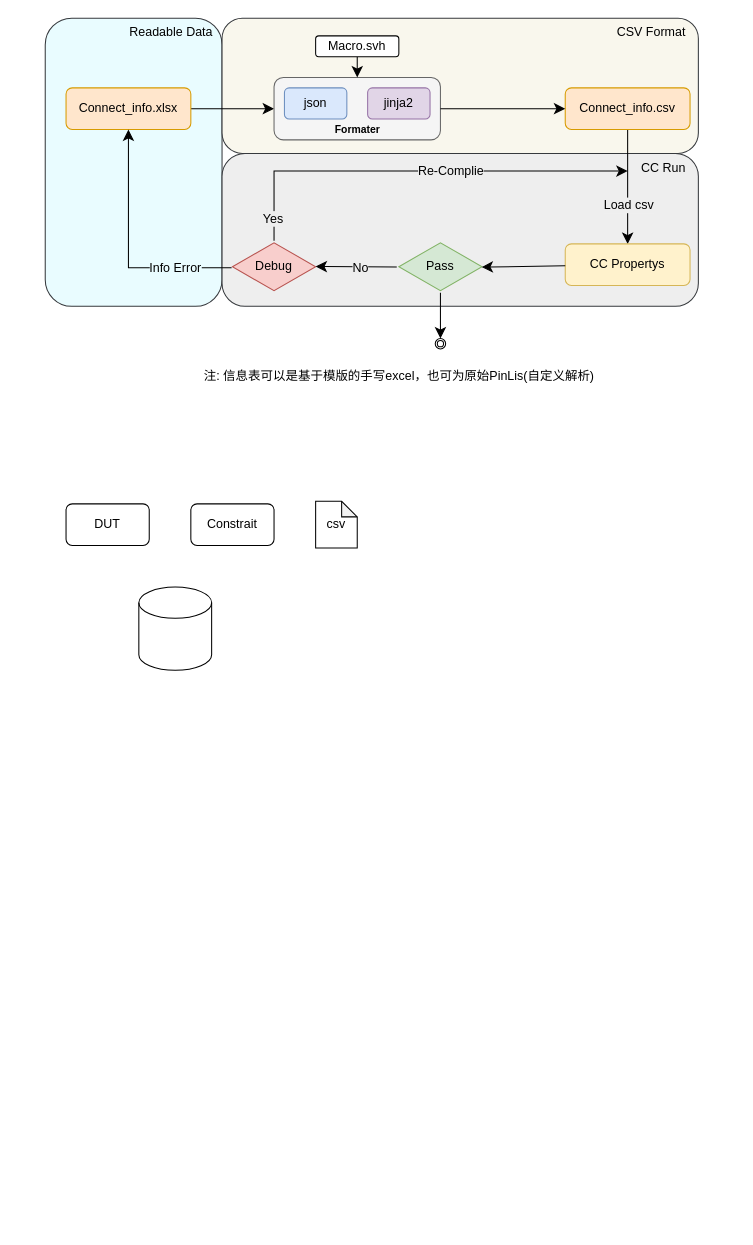
This is page "第 5 页" (5 of 5) of drawio/test.drawio from iceyxy/flow-chart-drawio, a draw.io file, before an edit. Source tidied: cells renumbered, new cells numbered last; positions are measured from the earlier drawing's top-left corner, leaving out a move shared by most shapes. Both pictures are drawn from the tidied source at 104%, with x=0, y=0 at pixel (45, 18).
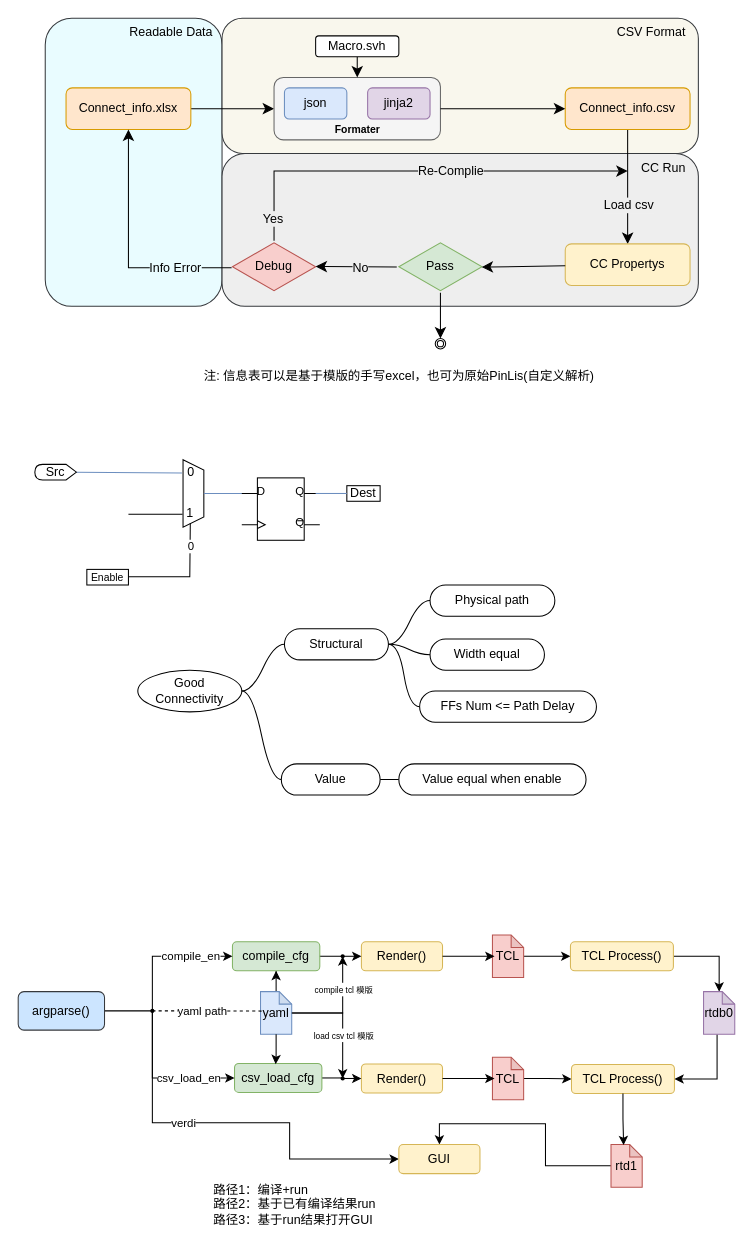
After the change.

What changed in the source:
```diff
@@
-    <mxCell id="34" value="DUT" style="rounded=1;whiteSpace=wrap;html=1;" parent="1" vertex="1">
-      <mxGeometry x="20" y="467" width="80" height="40" as="geometry" />
-    </mxCell>
-    <mxCell id="35" style="shape=cylinder3;whiteSpace=wrap;html=1;boundedLbl=1;backgroundOutline=1;size=15;" parent="1" vertex="1">
-      <mxGeometry x="90" y="547" width="70" height="80" as="geometry" />
-    </mxCell>
-    <mxCell id="36" value="csv" style="shape=note;whiteSpace=wrap;html=1;backgroundOutline=1;darkOpacity=0.05;size=15;" parent="1" vertex="1">
-      <mxGeometry x="260" y="464.5" width="40" height="45" as="geometry" />
-    </mxCell>
-    <mxCell id="37" value="Constrait" style="rounded=1;whiteSpace=wrap;html=1;" parent="1" vertex="1">
-      <mxGeometry x="140" y="467" width="80" height="40" as="geometry" />
-    </mxCell>
+    <mxCell id="38" style="shape=trapezoid;perimeter=trapezoidPerimeter;whiteSpace=wrap;html=1;fixedSize=1;rotation=90;size=10;" parent="1" vertex="1">
+      <mxGeometry x="110" y="447" width="65" height="20" as="geometry" />
+    </mxCell>
+    <mxCell id="39" style="endArrow=none;html=1;rounded=0;exitX=0.5;exitY=0;exitDx=0;exitDy=0;fillColor=#dae8fc;strokeColor=#6c8ebf;" parent="1" edge="1" source="38">
+      <mxGeometry relative="1" as="geometry">
+        <mxPoint x="190" y="457" as="targetPoint" />
+      </mxGeometry>
+    </mxCell>
+    <mxCell id="40" style="endArrow=none;html=1;rounded=0;entryX=0.196;entryY=1.052;entryDx=0;entryDy=0;entryPerimeter=0;exitX=0;exitY=0.5;exitDx=0;exitDy=0;exitPerimeter=0;fillColor=#dae8fc;strokeColor=#6c8ebf;" parent="1" edge="1" target="38">
+      <mxGeometry relative="1" as="geometry">
+        <mxPoint x="29" y="436.5" as="sourcePoint" />
+      </mxGeometry>
+    </mxCell>
+    <mxCell id="41" style="endArrow=none;html=1;rounded=0;entryX=0.196;entryY=1.052;entryDx=0;entryDy=0;entryPerimeter=0;" parent="1" edge="1">
+      <mxGeometry relative="1" as="geometry">
+        <mxPoint x="80" y="477" as="sourcePoint" />
+        <mxPoint x="132" y="477" as="targetPoint" />
+      </mxGeometry>
+    </mxCell>
+    <mxCell id="42" style="verticalLabelPosition=bottom;shadow=0;dashed=0;align=center;html=1;verticalAlign=top;shape=mxgraph.electrical.logic_gates.d_type_flip-flop;" parent="1" vertex="1">
+      <mxGeometry x="189" y="442" width="75" height="60" as="geometry" />
+    </mxCell>
+    <mxCell id="43" style="endArrow=none;html=1;rounded=0;entryX=0.939;entryY=0.651;entryDx=0;entryDy=0;entryPerimeter=0;" parent="1" edge="1" target="38">
+      <mxGeometry relative="1" as="geometry">
+        <mxPoint x="80" y="537" as="sourcePoint" />
+        <Array as="points">
+          <mxPoint x="139" y="537" />
+        </Array>
+      </mxGeometry>
+    </mxCell>
+    <mxCell id="44" value="0" style="edgeLabel;html=1;align=center;verticalAlign=middle;" parent="43" vertex="1">
+      <mxGeometry x="0.61" relative="1" as="geometry" />
+    </mxCell>
+    <mxCell id="45" value="Src" style="shape=display;whiteSpace=wrap;html=1;flipV=1;flipH=1;" parent="1" vertex="1">
+      <mxGeometry x="-10" y="429" width="40" height="15" as="geometry" />
+    </mxCell>
+    <mxCell id="46" value="&lt;font style=&quot;font-size: 10px;&quot;&gt;Enable&lt;/font&gt;" style="rounded=0;whiteSpace=wrap;html=1;" parent="1" vertex="1">
+      <mxGeometry x="40" y="530" width="40" height="15" as="geometry" />
+    </mxCell>
+    <mxCell id="47" value="Dest" style="rounded=0;whiteSpace=wrap;html=1;" parent="1" vertex="1">
+      <mxGeometry x="290" y="449.5" width="32" height="15" as="geometry" />
+    </mxCell>
+    <mxCell id="48" style="edgeStyle=orthogonalEdgeStyle;rounded=0;jettySize=auto;html=1;endArrow=none;endFill=0;fillColor=#dae8fc;strokeColor=#6c8ebf;" parent="1" edge="1" source="47">
+      <mxGeometry relative="1" as="geometry">
+        <mxPoint x="260" y="457" as="targetPoint" />
+      </mxGeometry>
+    </mxCell>
+    <mxCell id="49" value="0" style="text;html=1;align=center;verticalAlign=middle;strokeColor=none;fillColor=none;" parent="1" vertex="1">
+      <mxGeometry x="125" y="421.5" width="30" height="30" as="geometry" />
+    </mxCell>
+    <mxCell id="50" value="1" style="text;html=1;align=center;verticalAlign=middle;strokeColor=none;fillColor=none;" parent="1" vertex="1">
+      <mxGeometry x="124" y="460.5" width="30" height="30" as="geometry" />
+    </mxCell>
+    <mxCell id="51" style="edgeStyle=entityRelationEdgeStyle;rounded=0;jettySize=auto;html=1;startArrow=none;endArrow=none;segment=10;curved=1;sourcePerimeterSpacing=0;targetPerimeterSpacing=0;entryX=0;entryY=0.5;entryDx=0;entryDy=0;" parent="1" edge="1" source="52" target="59">
+      <mxGeometry relative="1" as="geometry" />
+    </mxCell>
+    <mxCell id="52" value="Good Connectivity" style="ellipse;whiteSpace=wrap;html=1;align=center;newEdgeStyle={&quot;edgeStyle&quot;:&quot;entityRelationEdgeStyle&quot;,&quot;startArrow&quot;:&quot;none&quot;,&quot;endArrow&quot;:&quot;none&quot;,&quot;segment&quot;:10,&quot;curved&quot;:1,&quot;sourcePerimeterSpacing&quot;:0,&quot;targetPerimeterSpacing&quot;:0};fillColor=default;" parent="1" vertex="1">
+      <mxGeometry x="89" y="627" width="100" height="40" as="geometry" />
+    </mxCell>
+    <mxCell id="53" style="edgeStyle=entityRelationEdgeStyle;rounded=0;jettySize=auto;html=1;startArrow=none;endArrow=none;segment=10;curved=1;sourcePerimeterSpacing=0;targetPerimeterSpacing=0;entryX=0;entryY=0.5;entryDx=0;entryDy=0;" parent="1" edge="1" source="56" target="60">
+      <mxGeometry relative="1" as="geometry" />
+    </mxCell>
+    <mxCell id="54" style="edgeStyle=entityRelationEdgeStyle;rounded=0;jettySize=auto;html=1;startArrow=none;endArrow=none;segment=10;curved=1;sourcePerimeterSpacing=0;targetPerimeterSpacing=0;entryX=0;entryY=0.5;entryDx=0;entryDy=0;" parent="1" edge="1" source="56" target="61">
+      <mxGeometry relative="1" as="geometry" />
+    </mxCell>
+    <mxCell id="55" style="edgeStyle=entityRelationEdgeStyle;rounded=0;jettySize=auto;html=1;startArrow=none;endArrow=none;segment=10;curved=1;sourcePerimeterSpacing=0;targetPerimeterSpacing=0;entryX=0;entryY=0.5;entryDx=0;entryDy=0;" parent="1" edge="1" source="56" target="62">
+      <mxGeometry relative="1" as="geometry" />
+    </mxCell>
+    <mxCell id="56" value="Structural" style="whiteSpace=wrap;html=1;rounded=1;arcSize=50;align=center;verticalAlign=middle;strokeWidth=1;spacing=4;newEdgeStyle={&quot;edgeStyle&quot;:&quot;entityRelationEdgeStyle&quot;,&quot;startArrow&quot;:&quot;none&quot;,&quot;endArrow&quot;:&quot;none&quot;,&quot;segment&quot;:10,&quot;curved&quot;:1,&quot;sourcePerimeterSpacing&quot;:0,&quot;targetPerimeterSpacing&quot;:0};" parent="1" vertex="1">
+      <mxGeometry x="230" y="587" width="100" height="30" as="geometry" />
+    </mxCell>
+    <mxCell id="57" style="edgeStyle=entityRelationEdgeStyle;startArrow=none;endArrow=none;segment=10;curved=1;sourcePerimeterSpacing=0;targetPerimeterSpacing=0;rounded=0;exitX=1;exitY=0.5;exitDx=0;exitDy=0;" parent="1" edge="1" source="52" target="56">
+      <mxGeometry relative="1" as="geometry" />
+    </mxCell>
+    <mxCell id="58" style="edgeStyle=entityRelationEdgeStyle;rounded=0;jettySize=auto;html=1;startArrow=none;endArrow=none;segment=10;curved=1;sourcePerimeterSpacing=0;targetPerimeterSpacing=0;entryX=0;entryY=0.5;entryDx=0;entryDy=0;" parent="1" edge="1" source="59" target="63">
+      <mxGeometry relative="1" as="geometry" />
+    </mxCell>
+    <mxCell id="59" value="Value" style="whiteSpace=wrap;html=1;rounded=1;arcSize=50;align=center;verticalAlign=middle;strokeWidth=1;spacing=4;newEdgeStyle={&quot;edgeStyle&quot;:&quot;entityRelationEdgeStyle&quot;,&quot;startArrow&quot;:&quot;none&quot;,&quot;endArrow&quot;:&quot;none&quot;,&quot;segment&quot;:10,&quot;curved&quot;:1,&quot;sourcePerimeterSpacing&quot;:0,&quot;targetPerimeterSpacing&quot;:0};" parent="1" vertex="1">
+      <mxGeometry x="227" y="717" width="95" height="30" as="geometry" />
+    </mxCell>
+    <mxCell id="60" value="Physical path" style="whiteSpace=wrap;html=1;rounded=1;arcSize=50;align=center;verticalAlign=middle;strokeWidth=1;spacing=4;newEdgeStyle={&quot;edgeStyle&quot;:&quot;entityRelationEdgeStyle&quot;,&quot;startArrow&quot;:&quot;none&quot;,&quot;endArrow&quot;:&quot;none&quot;,&quot;segment&quot;:10,&quot;curved&quot;:1,&quot;sourcePerimeterSpacing&quot;:0,&quot;targetPerimeterSpacing&quot;:0};" parent="1" vertex="1">
+      <mxGeometry x="370" y="545" width="120" height="30" as="geometry" />
+    </mxCell>
+    <mxCell id="61" value="Width equal" style="whiteSpace=wrap;html=1;rounded=1;arcSize=50;align=center;verticalAlign=middle;strokeWidth=1;spacing=4;newEdgeStyle={&quot;edgeStyle&quot;:&quot;entityRelationEdgeStyle&quot;,&quot;startArrow&quot;:&quot;none&quot;,&quot;endArrow&quot;:&quot;none&quot;,&quot;segment&quot;:10,&quot;curved&quot;:1,&quot;sourcePerimeterSpacing&quot;:0,&quot;targetPerimeterSpacing&quot;:0};" parent="1" vertex="1">
+      <mxGeometry x="370" y="597" width="110" height="30" as="geometry" />
+    </mxCell>
+    <mxCell id="62" value="FFs Num &amp;lt;= Path Delay" style="whiteSpace=wrap;html=1;rounded=1;arcSize=50;align=center;verticalAlign=middle;strokeWidth=1;spacing=4;newEdgeStyle={&quot;edgeStyle&quot;:&quot;entityRelationEdgeStyle&quot;,&quot;startArrow&quot;:&quot;none&quot;,&quot;endArrow&quot;:&quot;none&quot;,&quot;segment&quot;:10,&quot;curved&quot;:1,&quot;sourcePerimeterSpacing&quot;:0,&quot;targetPerimeterSpacing&quot;:0};" parent="1" vertex="1">
+      <mxGeometry x="360" y="647" width="170" height="30" as="geometry" />
+    </mxCell>
+    <mxCell id="63" value="Value equal when enable" style="whiteSpace=wrap;html=1;rounded=1;arcSize=50;align=center;verticalAlign=middle;strokeWidth=1;spacing=4;newEdgeStyle={&quot;edgeStyle&quot;:&quot;entityRelationEdgeStyle&quot;,&quot;startArrow&quot;:&quot;none&quot;,&quot;endArrow&quot;:&quot;none&quot;,&quot;segment&quot;:10,&quot;curved&quot;:1,&quot;sourcePerimeterSpacing&quot;:0,&quot;targetPerimeterSpacing&quot;:0};" parent="1" vertex="1">
+      <mxGeometry x="340" y="717" width="180" height="30" as="geometry" />
+    </mxCell>
+    <mxCell id="64" style="group;" parent="1" vertex="1">
+      <mxGeometry x="-26" y="881.5" width="689" height="274.5" as="geometry" />
+    </mxCell>
+    <mxCell id="65" style="edgeStyle=orthogonalEdgeStyle;rounded=0;jettySize=auto;html=1;" parent="64" edge="1" source="68" target="70">
+      <mxGeometry relative="1" as="geometry" />
+    </mxCell>
+    <mxCell id="66" style="edgeStyle=orthogonalEdgeStyle;rounded=0;jettySize=auto;html=1;" parent="64" edge="1" source="68" target="75">
+      <mxGeometry relative="1" as="geometry" />
+    </mxCell>
+    <mxCell id="67" value="&lt;font style=&quot;font-size: 8px;&quot;&gt;compile tcl 模版&lt;/font&gt;" style="edgeLabel;html=1;align=center;verticalAlign=middle;" parent="66" vertex="1">
+      <mxGeometry x="0.4" relative="1" as="geometry" />
+    </mxCell>
+    <mxCell id="68" value="yaml" style="shape=note;whiteSpace=wrap;html=1;backgroundOutline=1;darkOpacity=0.05;size=12;fillColor=#dae8fc;strokeColor=#6c8ebf;" parent="64" vertex="1">
+      <mxGeometry x="233" y="54.5" width="30" height="41" as="geometry" />
+    </mxCell>
+    <mxCell id="69" style="edgeStyle=orthogonalEdgeStyle;rounded=0;jettySize=auto;html=1;endArrow=none;endFill=0;" parent="64" edge="1" source="70" target="75">
+      <mxGeometry relative="1" as="geometry" />
+    </mxCell>
+    <mxCell id="70" value="&lt;div&gt;compile_cfg&lt;/div&gt;" style="rounded=1;whiteSpace=wrap;html=1;fillColor=#d5e8d4;strokeColor=#82b366;" parent="64" vertex="1">
+      <mxGeometry x="206" y="6.5" width="84" height="28" as="geometry" />
+    </mxCell>
+    <mxCell id="71" value="Render()" style="rounded=1;whiteSpace=wrap;html=1;fillColor=#fff2cc;strokeColor=#d6b656;" parent="64" vertex="1">
+      <mxGeometry x="330" y="6.5" width="78" height="28" as="geometry" />
+    </mxCell>
+    <mxCell id="72" style="edgeStyle=orthogonalEdgeStyle;rounded=0;jettySize=auto;html=1;entryX=0;entryY=0.5;entryDx=0;entryDy=0;" parent="64" edge="1" source="73" target="78">
+      <mxGeometry relative="1" as="geometry" />
+    </mxCell>
+    <mxCell id="73" value="TCL" style="shape=note;whiteSpace=wrap;html=1;backgroundOutline=1;darkOpacity=0.05;size=12;fillColor=#f8cecc;strokeColor=#b85450;" parent="64" vertex="1">
+      <mxGeometry x="456" width="30" height="41" as="geometry" />
+    </mxCell>
+    <mxCell id="74" style="edgeStyle=orthogonalEdgeStyle;rounded=0;jettySize=auto;html=1;entryX=0;entryY=0.5;entryDx=0;entryDy=0;" parent="64" edge="1" source="75" target="71">
+      <mxGeometry relative="1" as="geometry" />
+    </mxCell>
+    <mxCell id="75" style="shape=waypoint;sketch=0;fillStyle=solid;size=6;points=[];fillColor=none;perimeter=centerPerimeter;snapToPoint=1;strokeWidth=0;" parent="64" vertex="1">
+      <mxGeometry x="302" y="10.5" width="20" height="20" as="geometry" />
+    </mxCell>
+    <mxCell id="76" style="edgeStyle=orthogonalEdgeStyle;rounded=0;jettySize=auto;html=1;entryX=0.067;entryY=0.502;entryDx=0;entryDy=0;entryPerimeter=0;" parent="64" edge="1" source="71" target="73">
+      <mxGeometry relative="1" as="geometry" />
+    </mxCell>
+    <mxCell id="77" style="edgeStyle=orthogonalEdgeStyle;rounded=0;jettySize=auto;html=1;" parent="64" edge="1" source="78" target="80">
+      <mxGeometry relative="1" as="geometry" />
+    </mxCell>
+    <mxCell id="78" value="TCL Process()" style="rounded=1;whiteSpace=wrap;html=1;fillColor=#fff2cc;strokeColor=#d6b656;" parent="64" vertex="1">
+      <mxGeometry x="531" y="6.5" width="99" height="28" as="geometry" />
+    </mxCell>
+    <mxCell id="79" style="edgeStyle=orthogonalEdgeStyle;rounded=0;jettySize=auto;html=1;entryX=1;entryY=0.5;entryDx=0;entryDy=0;" parent="64" edge="1" source="80" target="89">
+      <mxGeometry relative="1" as="geometry">
+        <Array as="points">
+          <mxPoint x="672" y="138.5" />
+        </Array>
+      </mxGeometry>
+    </mxCell>
+    <mxCell id="80" value="rtdb0" style="shape=note;whiteSpace=wrap;html=1;backgroundOutline=1;darkOpacity=0.05;size=12;fillColor=#e1d5e7;strokeColor=#9673a6;" parent="64" vertex="1">
+      <mxGeometry x="659" y="54.5" width="30" height="41" as="geometry" />
+    </mxCell>
+    <mxCell id="81" style="edgeStyle=orthogonalEdgeStyle;rounded=0;jettySize=auto;html=1;endArrow=none;endFill=0;" parent="64" edge="1" source="82" target="87">
+      <mxGeometry relative="1" as="geometry" />
+    </mxCell>
+    <mxCell id="82" value="csv_load_cfg" style="rounded=1;whiteSpace=wrap;html=1;fillColor=#d5e8d4;strokeColor=#82b366;" parent="64" vertex="1">
+      <mxGeometry x="208" y="123.5" width="84" height="28" as="geometry" />
+    </mxCell>
+    <mxCell id="83" value="Render()" style="rounded=1;whiteSpace=wrap;html=1;fillColor=#fff2cc;strokeColor=#d6b656;" parent="64" vertex="1">
+      <mxGeometry x="330" y="124" width="78" height="28" as="geometry" />
+    </mxCell>
+    <mxCell id="84" style="edgeStyle=orthogonalEdgeStyle;rounded=0;jettySize=auto;html=1;entryX=0;entryY=0.5;entryDx=0;entryDy=0;" parent="64" edge="1" source="85" target="89">
+      <mxGeometry relative="1" as="geometry" />
+    </mxCell>
+    <mxCell id="85" value="TCL" style="shape=note;whiteSpace=wrap;html=1;backgroundOutline=1;darkOpacity=0.05;size=12;fillColor=#f8cecc;strokeColor=#b85450;" parent="64" vertex="1">
+      <mxGeometry x="456" y="117.5" width="30" height="41" as="geometry" />
+    </mxCell>
+    <mxCell id="86" style="edgeStyle=orthogonalEdgeStyle;rounded=0;jettySize=auto;html=1;entryX=0;entryY=0.5;entryDx=0;entryDy=0;" parent="64" edge="1" source="87" target="83">
+      <mxGeometry relative="1" as="geometry" />
+    </mxCell>
+    <mxCell id="87" style="shape=waypoint;sketch=0;fillStyle=solid;size=6;points=[];fillColor=none;perimeter=centerPerimeter;snapToPoint=1;strokeWidth=0;" parent="64" vertex="1">
+      <mxGeometry x="302" y="128" width="20" height="20" as="geometry" />
+    </mxCell>
+    <mxCell id="88" style="edgeStyle=orthogonalEdgeStyle;rounded=0;jettySize=auto;html=1;entryX=0.067;entryY=0.502;entryDx=0;entryDy=0;entryPerimeter=0;" parent="64" edge="1" source="83" target="85">
+      <mxGeometry relative="1" as="geometry" />
+    </mxCell>
+    <mxCell id="89" value="TCL Process()" style="rounded=1;whiteSpace=wrap;html=1;fillColor=#fff2cc;strokeColor=#d6b656;" parent="64" vertex="1">
+      <mxGeometry x="532" y="124.5" width="99" height="28" as="geometry" />
+    </mxCell>
+    <mxCell id="90" style="edgeStyle=orthogonalEdgeStyle;rounded=0;jettySize=auto;html=1;entryX=0.471;entryY=0.027;entryDx=0;entryDy=0;entryPerimeter=0;" parent="64" edge="1" source="68" target="82">
+      <mxGeometry relative="1" as="geometry" />
+    </mxCell>
+    <mxCell id="91" style="edgeStyle=orthogonalEdgeStyle;rounded=0;jettySize=auto;html=1;entryX=0.5;entryY=0;entryDx=0;entryDy=0;" parent="64" edge="1" source="92" target="105">
+      <mxGeometry relative="1" as="geometry" />
+    </mxCell>
+    <mxCell id="92" value="rtd1" style="shape=note;whiteSpace=wrap;html=1;backgroundOutline=1;darkOpacity=0.05;size=12;fillColor=#f8cecc;strokeColor=#b85450;" parent="64" vertex="1">
+      <mxGeometry x="570" y="201.5" width="30" height="41" as="geometry" />
+    </mxCell>
+    <mxCell id="93" style="edgeStyle=orthogonalEdgeStyle;rounded=0;jettySize=auto;html=1;entryX=0.405;entryY=0.014;entryDx=0;entryDy=0;entryPerimeter=0;" parent="64" edge="1" source="89" target="92">
+      <mxGeometry relative="1" as="geometry" />
+    </mxCell>
+    <mxCell id="94" style="edgeStyle=orthogonalEdgeStyle;rounded=0;jettySize=auto;html=1;entryX=0.565;entryY=0.236;entryDx=0;entryDy=0;entryPerimeter=0;" parent="64" edge="1" source="68" target="87">
+      <mxGeometry relative="1" as="geometry" />
+    </mxCell>
+    <mxCell id="95" value="&lt;font style=&quot;font-size: 8px;&quot;&gt;load csv tcl 模版&lt;/font&gt;" style="edgeLabel;html=1;align=center;verticalAlign=middle;" parent="64" vertex="1">
+      <mxGeometry x="312" y="95.5" as="geometry" />
+    </mxCell>
+    <mxCell id="96" style="edgeStyle=orthogonalEdgeStyle;rounded=0;jettySize=auto;html=1;endArrow=none;endFill=0;" parent="64" edge="1" source="97" target="104">
+      <mxGeometry relative="1" as="geometry" />
+    </mxCell>
+    <mxCell id="97" value="argparse()" style="rounded=1;whiteSpace=wrap;html=1;fillColor=#cce5ff;strokeColor=#36393d;" parent="64" vertex="1">
+      <mxGeometry y="54.5" width="83" height="37" as="geometry" />
+    </mxCell>
+    <mxCell id="98" style="edgeStyle=orthogonalEdgeStyle;rounded=0;jettySize=auto;html=1;entryX=0;entryY=0.5;entryDx=0;entryDy=0;" parent="64" edge="1" source="104" target="70">
+      <mxGeometry relative="1" as="geometry">
+        <Array as="points">
+          <mxPoint x="129" y="20.5" />
+        </Array>
+      </mxGeometry>
+    </mxCell>
+    <mxCell id="99" value="compile_en" style="edgeLabel;html=1;align=center;verticalAlign=middle;" parent="98" vertex="1">
+      <mxGeometry x="0.42" relative="1" as="geometry">
+        <mxPoint x="-3" y="-1" as="offset" />
+      </mxGeometry>
+    </mxCell>
+    <mxCell id="100" style="edgeStyle=orthogonalEdgeStyle;rounded=0;jettySize=auto;html=1;entryX=0;entryY=0.5;entryDx=0;entryDy=0;" parent="64" edge="1" source="104" target="82">
+      <mxGeometry relative="1" as="geometry">
+        <Array as="points">
+          <mxPoint x="129" y="137.5" />
+        </Array>
+      </mxGeometry>
+    </mxCell>
+    <mxCell id="101" value="csv_load_en" style="edgeLabel;html=1;align=center;verticalAlign=middle;" parent="100" vertex="1">
+      <mxGeometry x="0.35" y="1" relative="1" as="geometry">
+        <mxPoint x="2" as="offset" />
+      </mxGeometry>
+    </mxCell>
+    <mxCell id="102" style="edgeStyle=orthogonalEdgeStyle;rounded=0;jettySize=auto;html=1;entryX=0;entryY=0.5;entryDx=0;entryDy=0;" parent="64" edge="1" source="104" target="105">
+      <mxGeometry relative="1" as="geometry">
+        <Array as="points">
+          <mxPoint x="129" y="180.5" />
+          <mxPoint x="261" y="180.5" />
+        </Array>
+      </mxGeometry>
+    </mxCell>
+    <mxCell id="103" value="verdi" style="edgeLabel;html=1;align=center;verticalAlign=middle;" parent="102" vertex="1">
+      <mxGeometry x="-0.22" relative="1" as="geometry">
+        <mxPoint x="-11" as="offset" />
+      </mxGeometry>
+    </mxCell>
+    <mxCell id="104" style="shape=waypoint;sketch=0;fillStyle=solid;size=6;points=[];fillColor=none;perimeter=centerPerimeter;snapToPoint=1;strokeWidth=0;" parent="64" vertex="1">
+      <mxGeometry x="119" y="63" width="20" height="20" as="geometry" />
+    </mxCell>
+    <mxCell id="105" value="GUI" style="rounded=1;whiteSpace=wrap;html=1;fillColor=#fff2cc;strokeColor=#d6b656;" parent="64" vertex="1">
+      <mxGeometry x="366" y="201.5" width="78" height="28" as="geometry" />
+    </mxCell>
+    <mxCell id="106" value="&lt;div&gt;路径1：编译+run&lt;/div&gt;&lt;div&gt;路径2：基于已有编译结果run&lt;/div&gt;&lt;div&gt;路径3：基于run结果打开GUI&lt;/div&gt;" style="text;strokeColor=none;align=left;fillColor=none;html=1;verticalAlign=middle;whiteSpace=wrap;rounded=0;" parent="64" vertex="1">
+      <mxGeometry x="186" y="244.5" width="258" height="30" as="geometry" />
+    </mxCell>
+    <mxCell id="107" style="edgeStyle=orthogonalEdgeStyle;rounded=0;jettySize=auto;html=1;entryX=0.102;entryY=0.457;entryDx=0;entryDy=0;entryPerimeter=0;dashed=1;endArrow=none;endFill=0;" parent="64" edge="1" source="104" target="68">
+      <mxGeometry relative="1" as="geometry" />
+    </mxCell>
+    <mxCell id="108" value="yaml path" style="edgeLabel;html=1;align=center;verticalAlign=middle;" parent="107" vertex="1">
+      <mxGeometry x="-0.12" y="-1" relative="1" as="geometry">
+        <mxPoint y="-1" as="offset" />
+      </mxGeometry>
+    </mxCell>
```
